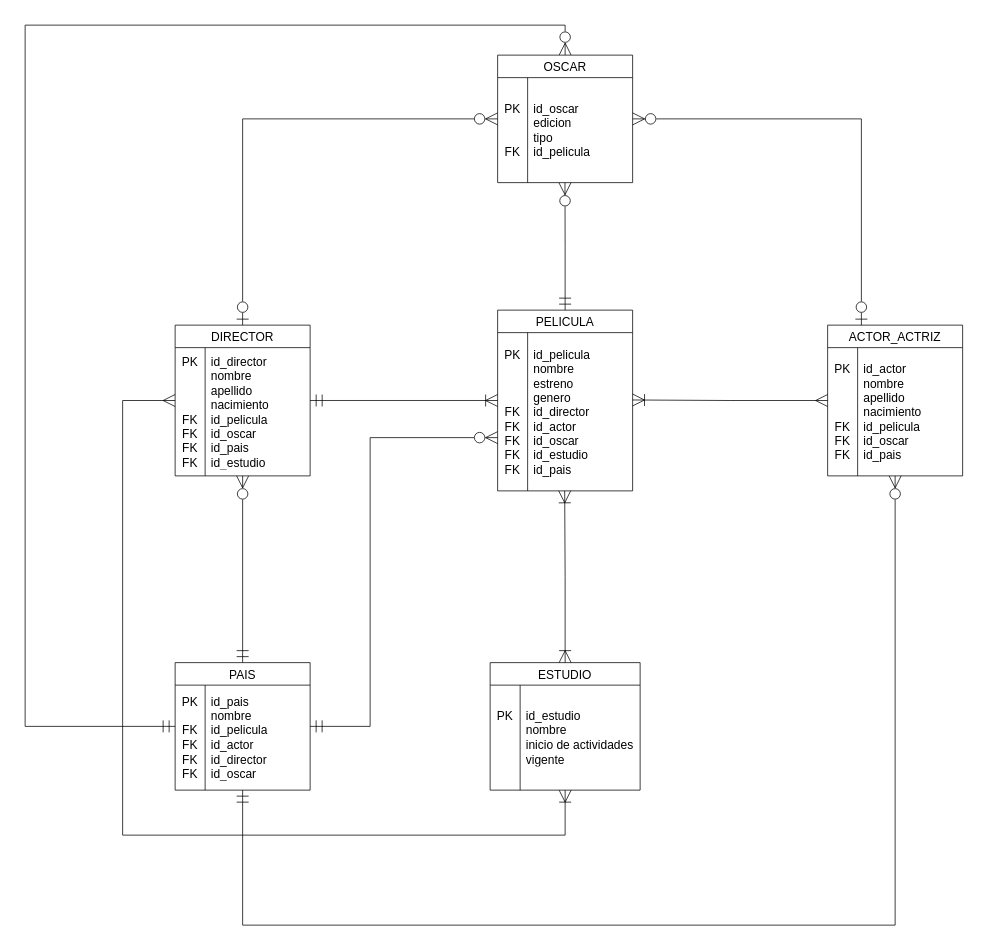
Before: Diagrama E.R. .drawio in EmanuelRigo/pre-entrega-1-sql-coderhouse, a draw.io diagram. Source tidied: cells renumbered, new cells numbered last; positions are measured from the earlier drawing's top-left corner, leaving out a move shared by most shapes. Both pictures are drawn from the tidied source at 75%, with x=0, y=0 at pixel (25, 25).
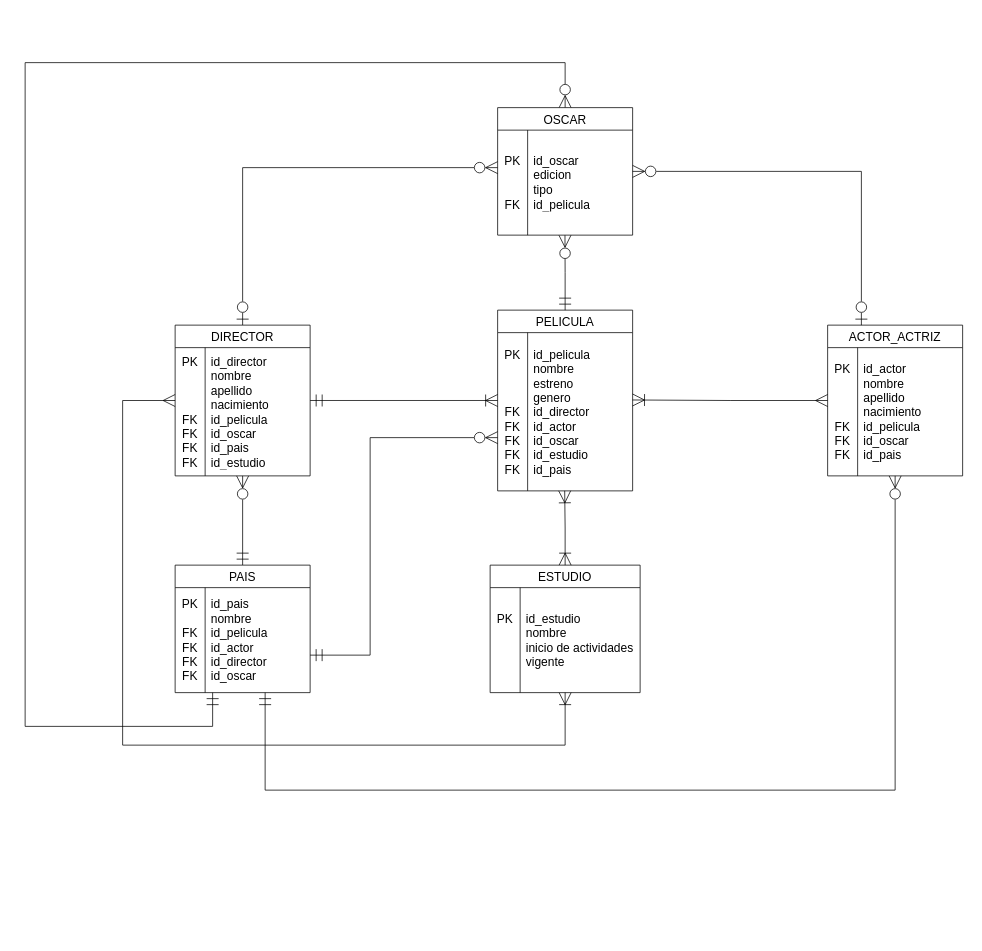
After the change.

Unchanged cells that the change refers to:
```xml
<mxCell id="9" value="ACTOR_ACTRIZ" style="shape=table;startSize=30;childLayout=tableLayout;rowLines=0;fontStyle=0;strokeColor=default;fontSize=16;" parent="1" vertex="1">
  <mxGeometry x="1070" y="400" width="180" height="201" as="geometry" />
</mxCell>
<mxCell id="15" value="DIRECTOR" style="shape=table;startSize=30;childLayout=tableLayout;rowLines=0;fontStyle=0;strokeColor=default;fontSize=16;" parent="1" vertex="1">
  <mxGeometry x="200" y="400" width="180" height="201" as="geometry" />
</mxCell>
<mxCell id="25" value="PELICULA" style="shape=table;startSize=30;childLayout=tableLayout;rowLines=0;fontStyle=0;strokeColor=default;fontSize=16;" parent="1" vertex="1">
  <mxGeometry x="630" y="380" width="180" height="241" as="geometry" />
</mxCell>
```

Diff of the diagram source:
```diff
@@
-<mxGraphModel>
+<mxGraphModel background="#ffffff">
@@
     <mxCell id="3" style="edgeStyle=orthogonalEdgeStyle;rounded=0;jettySize=auto;html=1;endSize=14;startSize=14;endArrow=ERzeroToMany;endFill=0;startArrow=ERmandOne;startFill=0;" parent="1" edge="1" source="5" target="9">
       <mxGeometry relative="1" as="geometry">
         <Array as="points">
-          <mxPoint x="290" y="1200" />
-          <mxPoint x="1160" y="1200" />
+          <mxPoint x="320" y="1020" />
+          <mxPoint x="1160" y="1020" />
         </Array>
       </mxGeometry>
     </mxCell>
     <mxCell id="4" style="edgeStyle=orthogonalEdgeStyle;shape=connector;rounded=0;jettySize=auto;html=1;strokeColor=default;align=center;verticalAlign=middle;fontFamily=Helvetica;fontSize=11;fontColor=default;labelBackgroundColor=default;startSize=14;endArrow=ERzeroToMany;endSize=14;endFill=0;startArrow=ERmandOne;startFill=0;" parent="1" edge="1" source="5" target="20">
       <mxGeometry relative="1" as="geometry">
         <Array as="points">
+          <mxPoint x="250" y="935" />
           <mxPoint y="935" />
-          <mxPoint />
-          <mxPoint x="720" />
+          <mxPoint y="50" />
+          <mxPoint x="720" y="50" />
         </Array>
       </mxGeometry>
     </mxCell>
     <mxCell id="5" value="PAIS" style="shape=table;startSize=30;childLayout=tableLayout;rowLines=0;fontStyle=0;strokeColor=default;fontSize=16;" parent="1" vertex="1">
-      <mxGeometry x="200" y="850" width="180" height="170" as="geometry" />
+      <mxGeometry x="200" y="720" width="180" height="170" as="geometry" />
     </mxCell>
@@
     <mxCell id="13" style="edgeStyle=orthogonalEdgeStyle;rounded=0;jettySize=auto;html=1;endArrow=ERzeroToMany;endFill=0;startArrow=ERzeroToOne;startFill=0;endSize=14;startSize=14;" parent="1" edge="1" source="15" target="20">
       <mxGeometry relative="1" as="geometry">
         <Array as="points">
-          <mxPoint x="290" y="125" />
+          <mxPoint x="290" y="190" />
         </Array>
       </mxGeometry>
     </mxCell>
     <mxCell id="14" style="edgeStyle=orthogonalEdgeStyle;rounded=0;jettySize=auto;html=1;endArrow=ERoneToMany;endFill=0;startArrow=ERmany;startFill=0;endSize=14;startSize=14;" parent="1" edge="1" source="15" target="29">
       <mxGeometry relative="1" as="geometry">
         <Array as="points">
           <mxPoint x="130" y="500" />
-          <mxPoint x="130" y="1080" />
-          <mxPoint x="720" y="1080" />
+          <mxPoint x="130" y="960" />
+          <mxPoint x="720" y="960" />
         </Array>
       </mxGeometry>
     </mxCell>
@@
     <mxCell id="20" value="OSCAR" style="shape=table;startSize=30;childLayout=tableLayout;rowLines=0;fontStyle=0;strokeColor=default;fontSize=16;" parent="1" vertex="1">
-      <mxGeometry x="630" y="40" width="180" height="170" as="geometry" />
+      <mxGeometry x="630" y="110" width="180" height="170" as="geometry" />
     </mxCell>
@@
     <mxCell id="24" style="edgeStyle=orthogonalEdgeStyle;rounded=0;jettySize=auto;html=1;endArrow=ERmandOne;endFill=0;startArrow=ERzeroToMany;startFill=0;endSize=14;startSize=14;" parent="1" edge="1" source="25" target="5">
       <mxGeometry relative="1" as="geometry">
         <Array as="points">
           <mxPoint x="460" y="550" />
-          <mxPoint x="460" y="935" />
+          <mxPoint x="460" y="840" />
         </Array>
       </mxGeometry>
     </mxCell>
@@
     <mxCell id="29" value="ESTUDIO" style="shape=table;startSize=30;childLayout=tableLayout;rowLines=0;fontStyle=0;strokeColor=default;fontSize=16;" parent="1" vertex="1">
-      <mxGeometry x="620" y="850" width="200" height="170" as="geometry" />
+      <mxGeometry x="620" y="720" width="200" height="170" as="geometry" />
     </mxCell>
```
